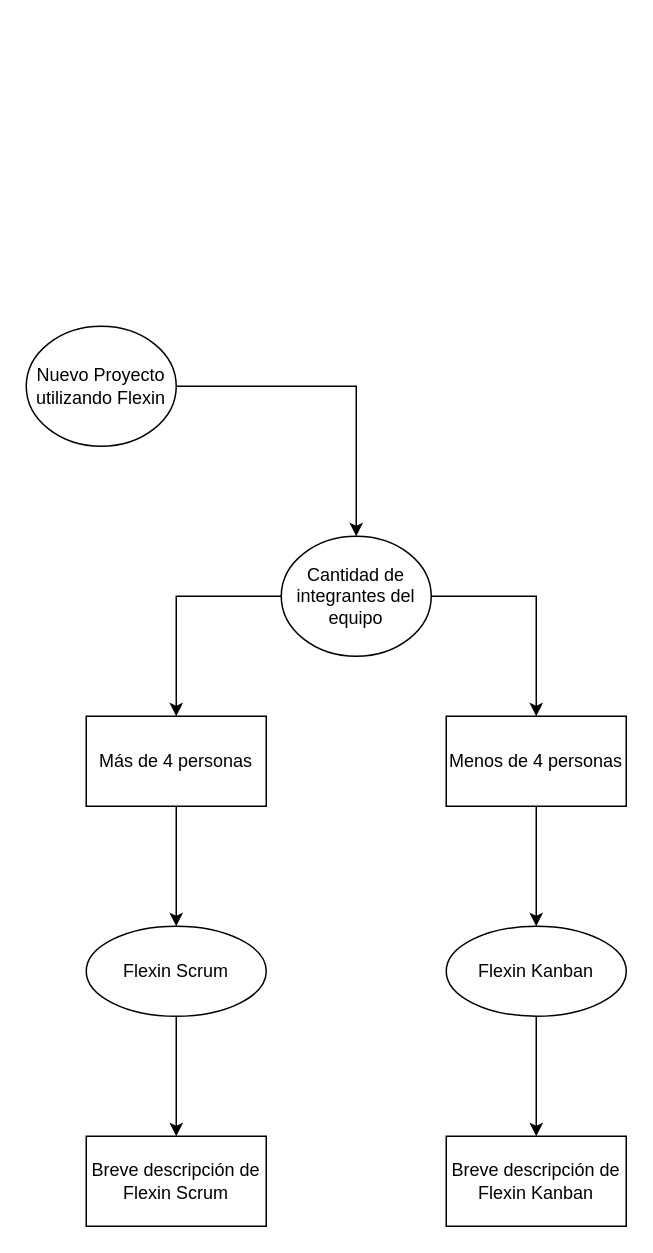
This is Untitled Diagram.drawio from eichenbergerche/websites, a draw.io file, before an edit. Source tidied: cells renumbered, new cells numbered last; positions are measured from the earlier drawing's top-left corner, leaving out a move shared by most shapes. Both pictures are drawn from the tidied source at 150%, with x=0, y=0 at pixel (26, 326).
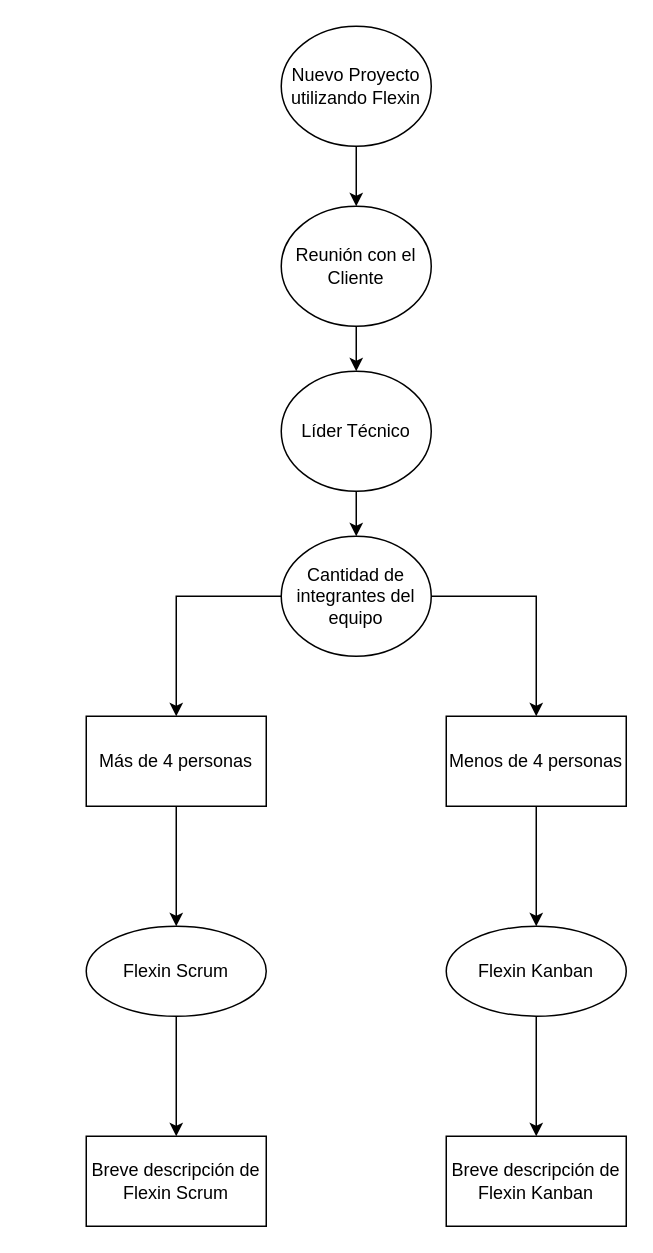
The same page after the edit.

Unchanged cells that the change refers to:
```xml
<mxCell id="6" value="Cantidad de integrantes del equipo" style="ellipse;whiteSpace=wrap;html=1;" parent="1" vertex="1">
  <mxGeometry x="170" y="140" width="100" height="80" as="geometry" />
</mxCell>
```

Change to the diagram source:
```diff
@@
-    <mxCell id="2" style="edgeStyle=orthogonalEdgeStyle;rounded=0;jettySize=auto;html=1;" parent="1" edge="1" source="3" target="6">
+    <mxCell id="2" style="edgeStyle=orthogonalEdgeStyle;rounded=0;jettySize=auto;html=1;startArrow=none;" parent="1" edge="1" source="20" target="6">
       <mxGeometry relative="1" as="geometry" />
     </mxCell>
+    <mxCell id="17" style="edgeStyle=orthogonalEdgeStyle;rounded=0;jettySize=auto;html=1;" parent="1" edge="1" source="3" target="19">
+      <mxGeometry relative="1" as="geometry" />
+    </mxCell>
     <mxCell id="3" value="Nuevo Proyecto utilizando Flexin" style="ellipse;whiteSpace=wrap;html=1;" parent="1" vertex="1">
-      <mxGeometry width="100" height="80" as="geometry" />
+      <mxGeometry x="170" y="-200" width="100" height="80" as="geometry" />
     </mxCell>
@@
+    <mxCell id="18" style="edgeStyle=orthogonalEdgeStyle;rounded=0;jettySize=auto;html=1;" parent="1" edge="1" source="19" target="20">
+      <mxGeometry relative="1" as="geometry" />
+    </mxCell>
+    <mxCell id="19" value="Reunión con el Cliente" style="ellipse;whiteSpace=wrap;html=1;" parent="1" vertex="1">
+      <mxGeometry x="170" y="-80" width="100" height="80" as="geometry" />
+    </mxCell>
+    <mxCell id="20" value="Líder Técnico" style="ellipse;whiteSpace=wrap;html=1;" parent="1" vertex="1">
+      <mxGeometry x="170" y="30" width="100" height="80" as="geometry" />
+    </mxCell>
```
